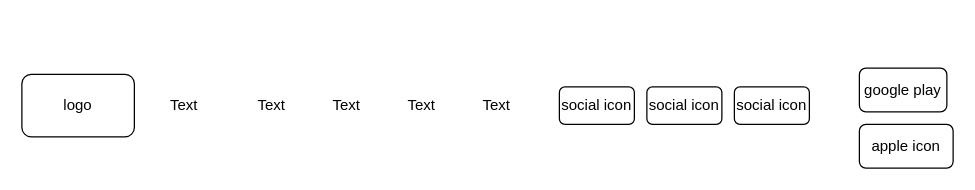
Above: test.drawio in Digital-Trends-Gz/rental-car (draw.io), before the change. Source tidied: cells renumbered, new cells numbered last; positions are measured from the earlier drawing's top-left corner, leaving out a move shared by most shapes. Both pictures are drawn from the tidied source at 125%, with x=0, y=0 at pixel (21, 68).
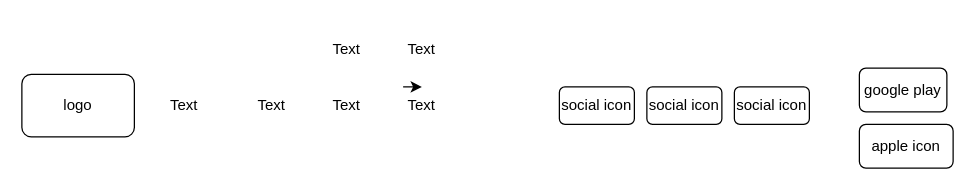
The same diagram, later.

Diff of the diagram source:
```diff
@@
 <mxGraphModel>
   <root>
     <mxCell id="0" />
     <mxCell id="1" parent="0" />
     <mxCell id="2" value="logo" style="rounded=1;whiteSpace=wrap;html=1;" parent="1" vertex="1">
       <mxGeometry y="5" width="90" height="50" as="geometry" />
     </mxCell>
     <mxCell id="3" value="Text" style="text;html=1;align=center;verticalAlign=middle;whiteSpace=wrap;rounded=0;" parent="1" vertex="1">
       <mxGeometry x="100" y="15" width="60" height="30" as="geometry" />
     </mxCell>
     <mxCell id="4" value="Text" style="text;html=1;align=center;verticalAlign=middle;whiteSpace=wrap;rounded=0;" parent="1" vertex="1">
       <mxGeometry x="170" y="15" width="60" height="30" as="geometry" />
     </mxCell>
     <mxCell id="5" value="Text" style="text;html=1;align=center;verticalAlign=middle;whiteSpace=wrap;rounded=0;" parent="1" vertex="1">
-      <mxGeometry x="230" y="15" width="60" height="30" as="geometry" />
+      <mxGeometry x="230" y="-30" width="60" height="30" as="geometry" />
     </mxCell>
     <mxCell id="6" value="Text" style="text;html=1;align=center;verticalAlign=middle;whiteSpace=wrap;rounded=0;" parent="1" vertex="1">
-      <mxGeometry x="290" y="15" width="60" height="30" as="geometry" />
+      <mxGeometry x="230" y="15" width="60" height="30" as="geometry" />
     </mxCell>
+    <mxCell id="13" style="edgeStyle=none;html=1;exitX=0.25;exitY=0;exitDx=0;exitDy=0;" parent="1" edge="1" source="7">
+      <mxGeometry relative="1" as="geometry">
+        <mxPoint x="320" y="15" as="targetPoint" />
+      </mxGeometry>
+    </mxCell>
     <mxCell id="7" value="Text" style="text;html=1;align=center;verticalAlign=middle;whiteSpace=wrap;rounded=0;" parent="1" vertex="1">
-      <mxGeometry x="350" y="15" width="60" height="30" as="geometry" />
+      <mxGeometry x="290" y="15" width="60" height="30" as="geometry" />
     </mxCell>
     <mxCell id="8" value="social icon" style="rounded=1;whiteSpace=wrap;html=1;" parent="1" vertex="1">
       <mxGeometry x="430" y="15" width="60" height="30" as="geometry" />
     </mxCell>
     <mxCell id="9" value="social icon" style="rounded=1;whiteSpace=wrap;html=1;" parent="1" vertex="1">
       <mxGeometry x="500" y="15" width="60" height="30" as="geometry" />
     </mxCell>
     <mxCell id="10" value="social icon" style="rounded=1;whiteSpace=wrap;html=1;" parent="1" vertex="1">
       <mxGeometry x="570" y="15" width="60" height="30" as="geometry" />
     </mxCell>
     <mxCell id="11" value="google play" style="rounded=1;whiteSpace=wrap;html=1;" parent="1" vertex="1">
       <mxGeometry x="670" width="70" height="35" as="geometry" />
     </mxCell>
     <mxCell id="12" value="apple icon" style="rounded=1;whiteSpace=wrap;html=1;" parent="1" vertex="1">
       <mxGeometry x="670" y="45" width="75" height="35" as="geometry" />
     </mxCell>
+    <mxCell id="14" style="edgeStyle=none;html=1;" parent="1" edge="1" target="5">
+      <mxGeometry relative="1" as="geometry">
+        <mxPoint x="260" y="-30" as="sourcePoint" />
+      </mxGeometry>
+    </mxCell>
+    <mxCell id="15" value="Text" style="text;html=1;align=center;verticalAlign=middle;whiteSpace=wrap;rounded=0;" parent="1" vertex="1">
+      <mxGeometry x="290" y="-30" width="60" height="30" as="geometry" />
+    </mxCell>
   </root>
 </mxGraphModel>
```
